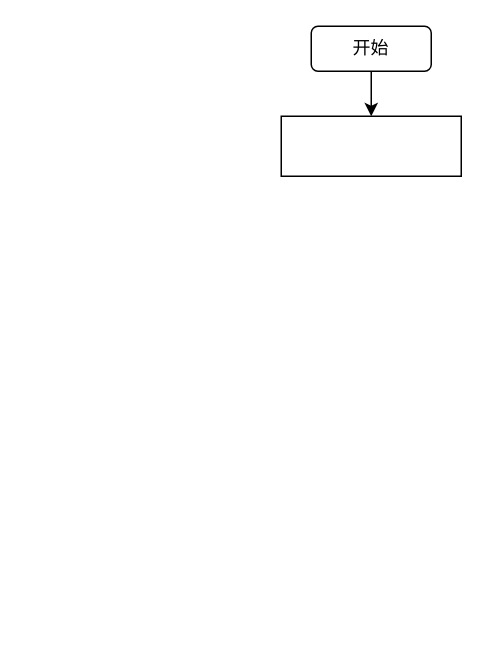
This is 全文高级检索流程.drawio from DemonHan/KuickBuy, a draw.io file, before an edit. Source tidied: cells renumbered, new cells numbered last; positions are measured from the earlier drawing's top-left corner, leaving out a move shared by most shapes. Both pictures are drawn from the tidied source at 150%, with x=0, y=0 at pixel (280, 26).
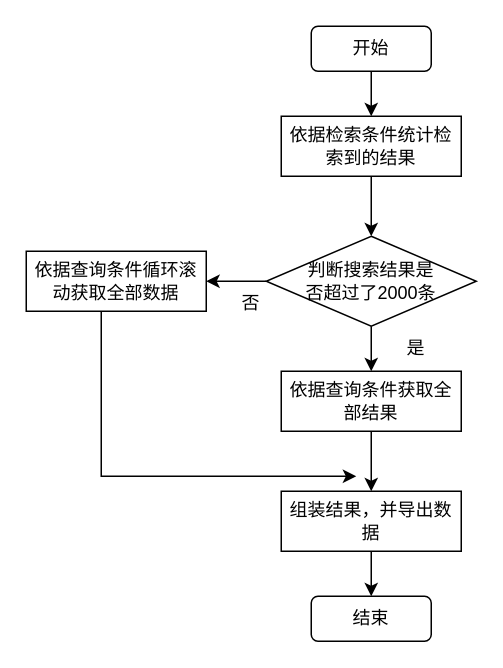
The same page after the edit.

Commit message (it also covers changes not shown here):
更新全文高级检索流程.drawio

Change to the diagram source:
```diff
@@
+    <mxCell id="5" style="edgeStyle=orthogonalEdgeStyle;rounded=0;jettySize=auto;html=1;entryX=0.5;entryY=0;entryDx=0;entryDy=0;" parent="1" edge="1" source="4" target="8">
+      <mxGeometry relative="1" as="geometry" />
+    </mxCell>
-    <mxCell id="4" style="rounded=0;whiteSpace=wrap;html=1;" parent="1" vertex="1">
+    <mxCell id="4" value="依据检索条件统计检索到的结果" style="rounded=0;whiteSpace=wrap;html=1;" parent="1" vertex="1">
       <mxGeometry y="60" width="120" height="40" as="geometry" />
     </mxCell>
+    <mxCell id="6" style="edgeStyle=orthogonalEdgeStyle;rounded=0;jettySize=auto;html=1;" parent="1" edge="1" source="8" target="11">
+      <mxGeometry relative="1" as="geometry" />
+    </mxCell>
+    <mxCell id="7" style="edgeStyle=orthogonalEdgeStyle;rounded=0;jettySize=auto;html=1;entryX=1;entryY=0.5;entryDx=0;entryDy=0;" parent="1" edge="1" source="8" target="13">
+      <mxGeometry relative="1" as="geometry" />
+    </mxCell>
+    <mxCell id="8" value="判断搜索结果是&lt;br&gt;否超过了2000条" style="rhombus;whiteSpace=wrap;html=1;" parent="1" vertex="1">
+      <mxGeometry x="-10" y="140" width="140" height="60" as="geometry" />
+    </mxCell>
+    <mxCell id="9" value="是" style="text;html=1;strokeColor=none;fillColor=none;align=center;verticalAlign=middle;whiteSpace=wrap;rounded=0;" parent="1" vertex="1">
+      <mxGeometry x="60" y="200" width="60" height="30" as="geometry" />
+    </mxCell>
+    <mxCell id="10" style="edgeStyle=orthogonalEdgeStyle;rounded=0;jettySize=auto;html=1;" parent="1" edge="1" source="11" target="16">
+      <mxGeometry relative="1" as="geometry" />
+    </mxCell>
+    <mxCell id="11" value="依据查询条件获取全部结果" style="rounded=0;whiteSpace=wrap;html=1;" parent="1" vertex="1">
+      <mxGeometry y="230" width="120" height="40" as="geometry" />
+    </mxCell>
+    <mxCell id="12" style="edgeStyle=orthogonalEdgeStyle;rounded=0;jettySize=auto;html=1;" parent="1" edge="1" source="13">
+      <mxGeometry relative="1" as="geometry">
+        <mxPoint x="50" y="300" as="targetPoint" />
+        <Array as="points">
+          <mxPoint x="-120" y="300" />
+        </Array>
+      </mxGeometry>
+    </mxCell>
+    <mxCell id="13" value="依据查询条件循环滚动获取全部数据" style="rounded=0;whiteSpace=wrap;html=1;" parent="1" vertex="1">
+      <mxGeometry x="-170" y="150" width="120" height="40" as="geometry" />
+    </mxCell>
+    <mxCell id="14" value="否" style="text;html=1;strokeColor=none;fillColor=none;align=center;verticalAlign=middle;whiteSpace=wrap;rounded=0;" parent="1" vertex="1">
+      <mxGeometry x="-50" y="170" width="60" height="30" as="geometry" />
+    </mxCell>
+    <mxCell id="15" style="edgeStyle=orthogonalEdgeStyle;rounded=0;jettySize=auto;html=1;" parent="1" edge="1" source="16">
+      <mxGeometry relative="1" as="geometry">
+        <mxPoint x="60" y="380" as="targetPoint" />
+      </mxGeometry>
+    </mxCell>
+    <mxCell id="16" value="组装结果，并导出数据" style="rounded=0;whiteSpace=wrap;html=1;" parent="1" vertex="1">
+      <mxGeometry y="310" width="120" height="40" as="geometry" />
+    </mxCell>
+    <mxCell id="17" value="结束" style="rounded=1;whiteSpace=wrap;html=1;" parent="1" vertex="1">
+      <mxGeometry x="20" y="380" width="80" height="30" as="geometry" />
+    </mxCell>
```
